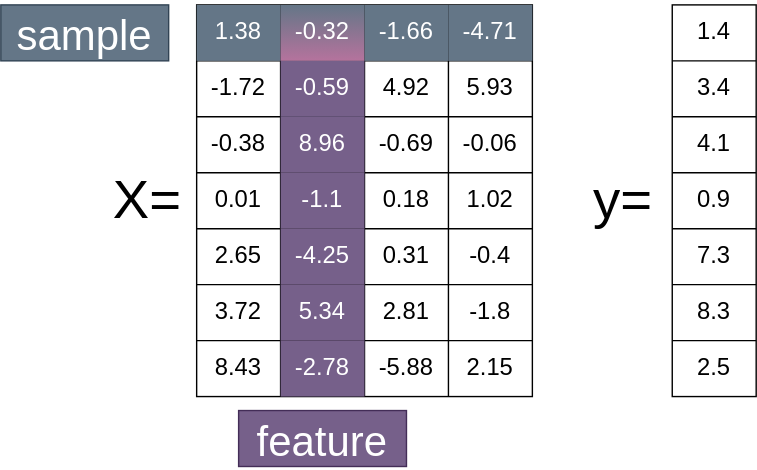
thomasjpfan/ml-workshop-intro keeps this draw.io diagram as images/data-representation.svg. Above is the earlier version. Source tidied: cells renumbered, new cells last; positions are measured from the earlier drawing's top-left corner, leaving out a move shared by most shapes.
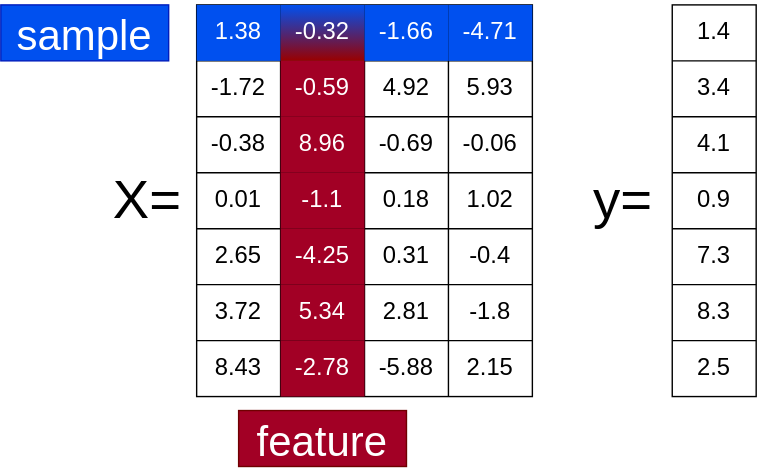
After the commit.

Diff of the diagram source:
```diff
@@ -14,16 +14,16 @@
     <mxCell id="5" style="shape=partialRectangle;html=1;whiteSpace=wrap;fillColor=none;top=0;left=0;bottom=0;right=0;fontSize=17;" parent="4" vertex="1">
       <mxGeometry width="240" height="40" as="geometry" />
     </mxCell>
-    <mxCell id="6" value="1.38" style="shape=partialRectangle;html=1;whiteSpace=wrap;overflow=hidden;top=0;left=0;bottom=0;right=0;fontSize=17;strokeColor=#314354;fillColor=#647687;fontColor=#ffffff;" parent="5" vertex="1">
+    <mxCell id="6" value="1.38" style="shape=partialRectangle;html=1;whiteSpace=wrap;overflow=hidden;top=0;left=0;bottom=0;right=0;fontSize=17;strokeColor=#001DBC;fillColor=#0050ef;fontColor=#ffffff;" parent="5" vertex="1">
       <mxGeometry width="60" height="40" as="geometry" />
     </mxCell>
-    <mxCell id="7" value="-0.32" style="shape=partialRectangle;html=1;whiteSpace=wrap;overflow=hidden;top=0;left=0;bottom=0;right=0;fontSize=17;strokeColor=#314354;fillColor=#647687;fontColor=#ffffff;gradientColor=#B5739D;" parent="5" vertex="1">
+    <mxCell id="7" value="-0.32" style="shape=partialRectangle;html=1;whiteSpace=wrap;overflow=hidden;top=0;left=0;bottom=0;right=0;fontSize=17;strokeColor=#001DBC;fillColor=#0050ef;fontColor=#ffffff;gradientColor=#990000;" parent="5" vertex="1">
       <mxGeometry x="60" width="60" height="40" as="geometry" />
     </mxCell>
-    <mxCell id="8" value="-1.66" style="shape=partialRectangle;html=1;whiteSpace=wrap;overflow=hidden;top=0;left=0;bottom=0;right=0;fontSize=17;strokeColor=#314354;fillColor=#647687;fontColor=#ffffff;" parent="5" vertex="1">
+    <mxCell id="8" value="-1.66" style="shape=partialRectangle;html=1;whiteSpace=wrap;overflow=hidden;top=0;left=0;bottom=0;right=0;fontSize=17;strokeColor=#001DBC;fillColor=#0050ef;fontColor=#ffffff;" parent="5" vertex="1">
       <mxGeometry x="120" width="60" height="40" as="geometry" />
     </mxCell>
-    <mxCell id="9" value="-4.71" style="shape=partialRectangle;html=1;whiteSpace=wrap;overflow=hidden;top=0;left=0;bottom=0;right=0;fontSize=17;strokeColor=#314354;fillColor=#647687;fontColor=#ffffff;" parent="5" vertex="1">
+    <mxCell id="9" value="-4.71" style="shape=partialRectangle;html=1;whiteSpace=wrap;overflow=hidden;top=0;left=0;bottom=0;right=0;fontSize=17;strokeColor=#001DBC;fillColor=#0050ef;fontColor=#ffffff;" parent="5" vertex="1">
       <mxGeometry x="180" width="60" height="40" as="geometry" />
     </mxCell>
     <mxCell id="10" style="shape=partialRectangle;html=1;whiteSpace=wrap;fillColor=none;top=0;left=0;bottom=0;right=0;fontSize=17;" parent="4" vertex="1">
@@ -32,7 +32,7 @@
     <mxCell id="11" value="-1.72" style="shape=partialRectangle;html=1;whiteSpace=wrap;overflow=hidden;fillColor=none;top=0;left=0;bottom=0;right=0;fontSize=17;" parent="10" vertex="1">
       <mxGeometry width="60" height="40" as="geometry" />
     </mxCell>
-    <mxCell id="12" value="-0.59" style="shape=partialRectangle;html=1;whiteSpace=wrap;overflow=hidden;top=0;left=0;bottom=0;right=0;fontSize=17;strokeColor=#432D57;fillColor=#76608a;fontColor=#ffffff;" parent="10" vertex="1">
+    <mxCell id="12" value="-0.59" style="shape=partialRectangle;html=1;whiteSpace=wrap;overflow=hidden;top=0;left=0;bottom=0;right=0;fontSize=17;strokeColor=#6F0000;fillColor=#a20025;fontColor=#ffffff;" parent="10" vertex="1">
       <mxGeometry x="60" width="60" height="40" as="geometry" />
     </mxCell>
     <mxCell id="13" value="4.92" style="shape=partialRectangle;html=1;whiteSpace=wrap;overflow=hidden;fillColor=none;top=0;left=0;bottom=0;right=0;fontSize=17;" parent="10" vertex="1">
@@ -47,7 +47,7 @@
     <mxCell id="16" value="-0.38" style="shape=partialRectangle;html=1;whiteSpace=wrap;overflow=hidden;fillColor=none;top=0;left=0;bottom=0;right=0;fontSize=17;" parent="15" vertex="1">
       <mxGeometry width="60" height="40" as="geometry" />
     </mxCell>
-    <mxCell id="17" value="8.96" style="shape=partialRectangle;html=1;whiteSpace=wrap;overflow=hidden;top=0;left=0;bottom=0;right=0;fontSize=17;strokeColor=#432D57;fillColor=#76608a;fontColor=#ffffff;" parent="15" vertex="1">
+    <mxCell id="17" value="8.96" style="shape=partialRectangle;html=1;whiteSpace=wrap;overflow=hidden;top=0;left=0;bottom=0;right=0;fontSize=17;strokeColor=#6F0000;fillColor=#a20025;fontColor=#ffffff;" parent="15" vertex="1">
       <mxGeometry x="60" width="60" height="40" as="geometry" />
     </mxCell>
     <mxCell id="18" value="-0.69" style="shape=partialRectangle;html=1;whiteSpace=wrap;overflow=hidden;fillColor=none;top=0;left=0;bottom=0;right=0;fontSize=17;" parent="15" vertex="1">
@@ -62,7 +62,7 @@
     <mxCell id="21" value="0.01" style="shape=partialRectangle;html=1;whiteSpace=wrap;overflow=hidden;fillColor=none;top=0;left=0;bottom=0;right=0;fontSize=17;" parent="20" vertex="1">
       <mxGeometry width="60" height="40" as="geometry" />
     </mxCell>
-    <mxCell id="22" value="-1.1" style="shape=partialRectangle;html=1;whiteSpace=wrap;overflow=hidden;top=0;left=0;bottom=0;right=0;fontSize=17;strokeColor=#432D57;fillColor=#76608a;fontColor=#ffffff;" parent="20" vertex="1">
+    <mxCell id="22" value="-1.1" style="shape=partialRectangle;html=1;whiteSpace=wrap;overflow=hidden;top=0;left=0;bottom=0;right=0;fontSize=17;strokeColor=#6F0000;fillColor=#a20025;fontColor=#ffffff;" parent="20" vertex="1">
       <mxGeometry x="60" width="60" height="40" as="geometry" />
     </mxCell>
     <mxCell id="23" value="0.18" style="shape=partialRectangle;html=1;whiteSpace=wrap;overflow=hidden;fillColor=none;top=0;left=0;bottom=0;right=0;fontSize=17;" parent="20" vertex="1">
@@ -77,7 +77,7 @@
     <mxCell id="26" value="2.65" style="shape=partialRectangle;html=1;whiteSpace=wrap;overflow=hidden;fillColor=none;top=0;left=0;bottom=0;right=0;fontSize=17;" parent="25" vertex="1">
       <mxGeometry width="60" height="40" as="geometry" />
     </mxCell>
-    <mxCell id="27" value="-4.25" style="shape=partialRectangle;html=1;whiteSpace=wrap;overflow=hidden;top=0;left=0;bottom=0;right=0;fontSize=17;strokeColor=#432D57;fillColor=#76608a;fontColor=#ffffff;" parent="25" vertex="1">
+    <mxCell id="27" value="-4.25" style="shape=partialRectangle;html=1;whiteSpace=wrap;overflow=hidden;top=0;left=0;bottom=0;right=0;fontSize=17;strokeColor=#6F0000;fillColor=#a20025;fontColor=#ffffff;" parent="25" vertex="1">
       <mxGeometry x="60" width="60" height="40" as="geometry" />
     </mxCell>
     <mxCell id="28" value="0.31" style="shape=partialRectangle;html=1;whiteSpace=wrap;overflow=hidden;fillColor=none;top=0;left=0;bottom=0;right=0;fontSize=17;" parent="25" vertex="1">
@@ -92,7 +92,7 @@
     <mxCell id="31" value="3.72" style="shape=partialRectangle;html=1;whiteSpace=wrap;overflow=hidden;fillColor=none;top=0;left=0;bottom=0;right=0;fontSize=17;" parent="30" vertex="1">
       <mxGeometry width="60" height="40" as="geometry" />
     </mxCell>
-    <mxCell id="32" value="5.34" style="shape=partialRectangle;html=1;whiteSpace=wrap;overflow=hidden;top=0;left=0;bottom=0;right=0;fontSize=17;strokeColor=#432D57;fillColor=#76608a;fontColor=#ffffff;" parent="30" vertex="1">
+    <mxCell id="32" value="5.34" style="shape=partialRectangle;html=1;whiteSpace=wrap;overflow=hidden;top=0;left=0;bottom=0;right=0;fontSize=17;strokeColor=#6F0000;fillColor=#a20025;fontColor=#ffffff;" parent="30" vertex="1">
       <mxGeometry x="60" width="60" height="40" as="geometry" />
     </mxCell>
     <mxCell id="33" value="2.81" style="shape=partialRectangle;html=1;whiteSpace=wrap;overflow=hidden;fillColor=none;top=0;left=0;bottom=0;right=0;fontSize=17;" parent="30" vertex="1">
@@ -107,7 +107,7 @@
     <mxCell id="36" value="8.43" style="shape=partialRectangle;html=1;whiteSpace=wrap;overflow=hidden;fillColor=none;top=0;left=0;bottom=0;right=0;fontSize=17;" parent="35" vertex="1">
       <mxGeometry width="60" height="40" as="geometry" />
     </mxCell>
-    <mxCell id="37" value="-2.78" style="shape=partialRectangle;html=1;whiteSpace=wrap;overflow=hidden;top=0;left=0;bottom=0;right=0;fontSize=17;strokeColor=#432D57;fillColor=#76608a;fontColor=#ffffff;" parent="35" vertex="1">
+    <mxCell id="37" value="-2.78" style="shape=partialRectangle;html=1;whiteSpace=wrap;overflow=hidden;top=0;left=0;bottom=0;right=0;fontSize=17;strokeColor=#6F0000;fillColor=#a20025;fontColor=#ffffff;" parent="35" vertex="1">
       <mxGeometry x="60" width="60" height="40" as="geometry" />
     </mxCell>
     <mxCell id="38" value="-5.88" style="shape=partialRectangle;html=1;whiteSpace=wrap;overflow=hidden;fillColor=none;top=0;left=0;bottom=0;right=0;fontSize=17;" parent="35" vertex="1">
@@ -116,10 +116,10 @@
     <mxCell id="39" value="2.15" style="shape=partialRectangle;html=1;whiteSpace=wrap;overflow=hidden;fillColor=none;top=0;left=0;bottom=0;right=0;fontSize=17;" parent="35" vertex="1">
       <mxGeometry x="180" width="60" height="40" as="geometry" />
     </mxCell>
-    <mxCell id="40" value="&lt;font style=&quot;font-size: 30px&quot;&gt;sample&lt;/font&gt;" style="text;html=1;strokeColor=#314354;fillColor=#647687;align=center;verticalAlign=middle;whiteSpace=wrap;rounded=0;fontSize=39;fontStyle=0;labelBackgroundColor=none;fontColor=#ffffff;" parent="1" vertex="1">
+    <mxCell id="40" value="&lt;font style=&quot;font-size: 30px&quot;&gt;sample&lt;/font&gt;" style="text;html=1;strokeColor=#001DBC;fillColor=#0050ef;align=center;verticalAlign=middle;whiteSpace=wrap;rounded=0;fontSize=39;fontStyle=0;labelBackgroundColor=none;fontColor=#ffffff;" parent="1" vertex="1">
       <mxGeometry width="120" height="40" as="geometry" />
     </mxCell>
-    <mxCell id="41" value="&lt;font style=&quot;font-size: 30px&quot;&gt;feature&lt;/font&gt;" style="text;html=1;strokeColor=#432D57;fillColor=#76608a;align=center;verticalAlign=middle;whiteSpace=wrap;rounded=0;fontSize=39;fontStyle=0;labelBackgroundColor=none;fontColor=#ffffff;" parent="1" vertex="1">
+    <mxCell id="41" value="&lt;font style=&quot;font-size: 30px&quot;&gt;feature&lt;/font&gt;" style="text;html=1;strokeColor=#6F0000;fillColor=#a20025;align=center;verticalAlign=middle;whiteSpace=wrap;rounded=0;fontSize=39;fontStyle=0;labelBackgroundColor=none;fontColor=#ffffff;" parent="1" vertex="1">
       <mxGeometry x="170" y="290" width="120" height="40" as="geometry" />
     </mxCell>
     <mxCell id="42" style="shape=table;html=1;whiteSpace=wrap;startSize=0;" parent="1" vertex="1">
```
